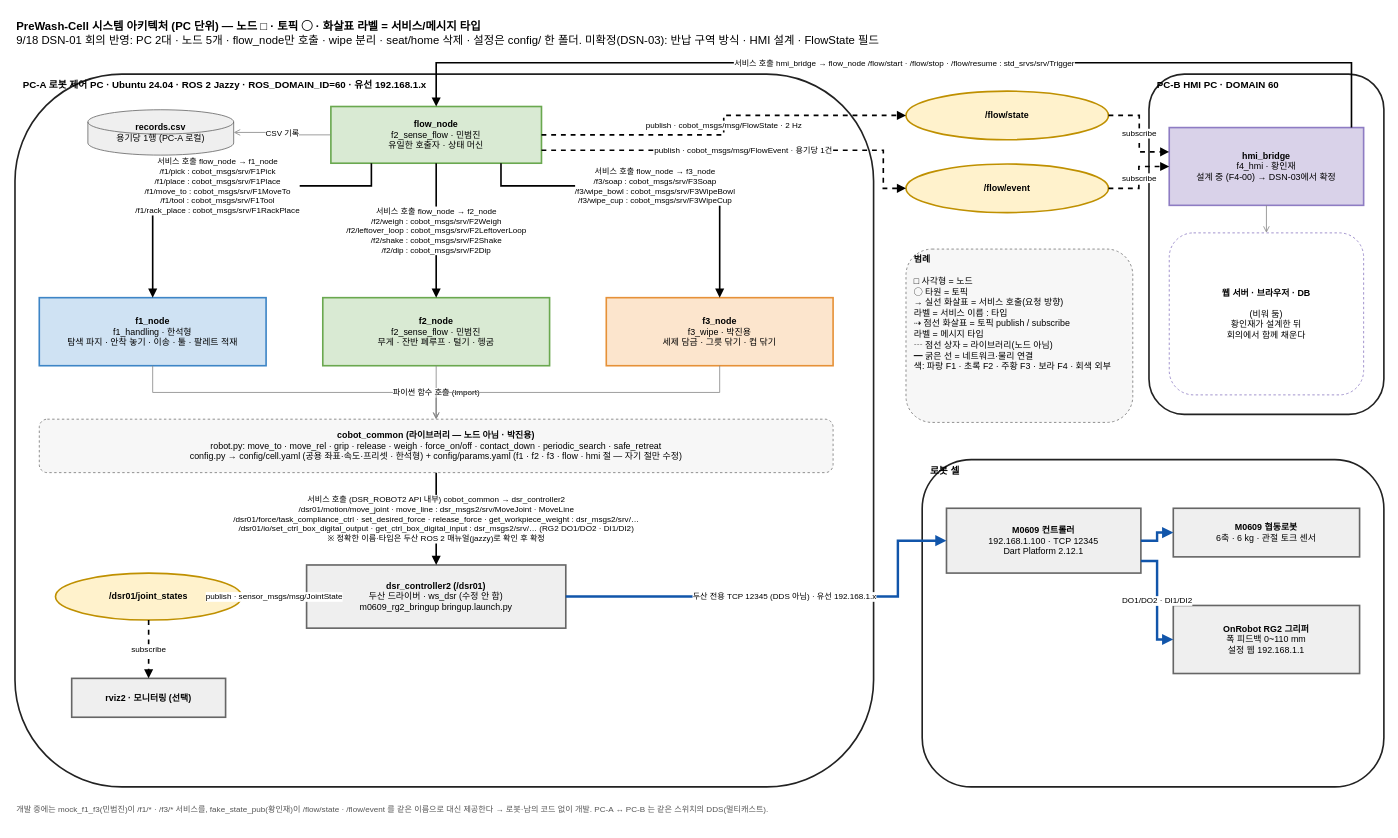
This is docs/images/system_architecture_pc.drawio from hwang-injae/rokey_9_pjt1_D2, a draw.io file, before an edit. Source tidied: cells renumbered, new cells numbered last; positions are measured from the earlier drawing's top-left corner, leaving out a move shared by most shapes. Both pictures are drawn from the tidied source at 81%, with x=0, y=0 at pixel (15, 14).
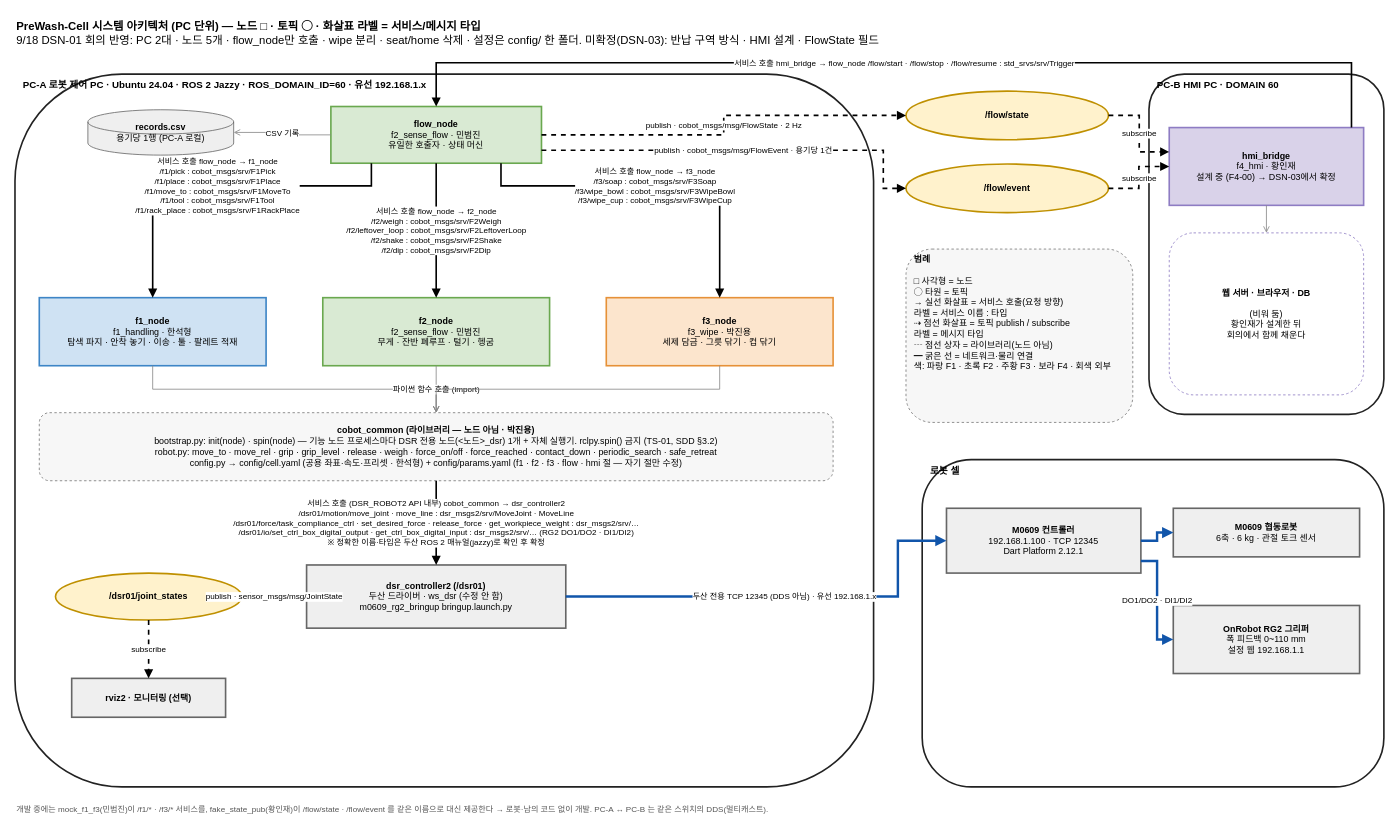
Above is the later version.

Change to the diagram source:
```diff
@@
-    <mxCell id="15" value="&lt;b&gt;cobot_common  (라이브러리 — 노드 아님 · 박진용)&lt;/b&gt;&lt;br&gt;robot.py: move_to · move_rel · grip · release · weigh · force_on/off · contact_down · periodic_search · safe_retreat&lt;br&gt;config.py → config/cell.yaml (공용 좌표·속도·프리셋 · 한석형) + config/params.yaml (f1 · f2 · f3 · flow · hmi 절 — 자기 절만 수정)" style="whiteSpace=wrap;html=1;fontSize=11;fillColor=#F7F7F7;strokeColor=#777777;dashed=1;rounded=1;" parent="1" vertex="1">
-      <mxGeometry x="30" y="500" width="980" height="66" as="geometry" />
+    <mxCell id="15" value="&lt;b&gt;cobot_common  (라이브러리 — 노드 아님 · 박진용)&lt;/b&gt;&lt;br&gt;bootstrap.py: init(node) · spin(node) — 기능 노드 프로세스마다 DSR 전용 노드(&amp;lt;노드&amp;gt;_dsr) 1개 + 자체 실행기. rclpy.spin() 금지 (TS-01, SDD §3.2)&lt;br&gt;robot.py: move_to · move_rel · grip · grip_level · release · weigh · force_on/off · force_reached · contact_down · periodic_search · safe_retreat&lt;br&gt;config.py → config/cell.yaml (공용 좌표·속도·프리셋 · 한석형) + config/params.yaml (f1 · f2 · f3 · flow · hmi 절 — 자기 절만 수정)" style="whiteSpace=wrap;html=1;fontSize=11;fillColor=#F7F7F7;strokeColor=#777777;dashed=1;rounded=1;" parent="1" vertex="1">
+      <mxGeometry x="30" y="492" width="980" height="84" as="geometry" />
     </mxCell>
```
